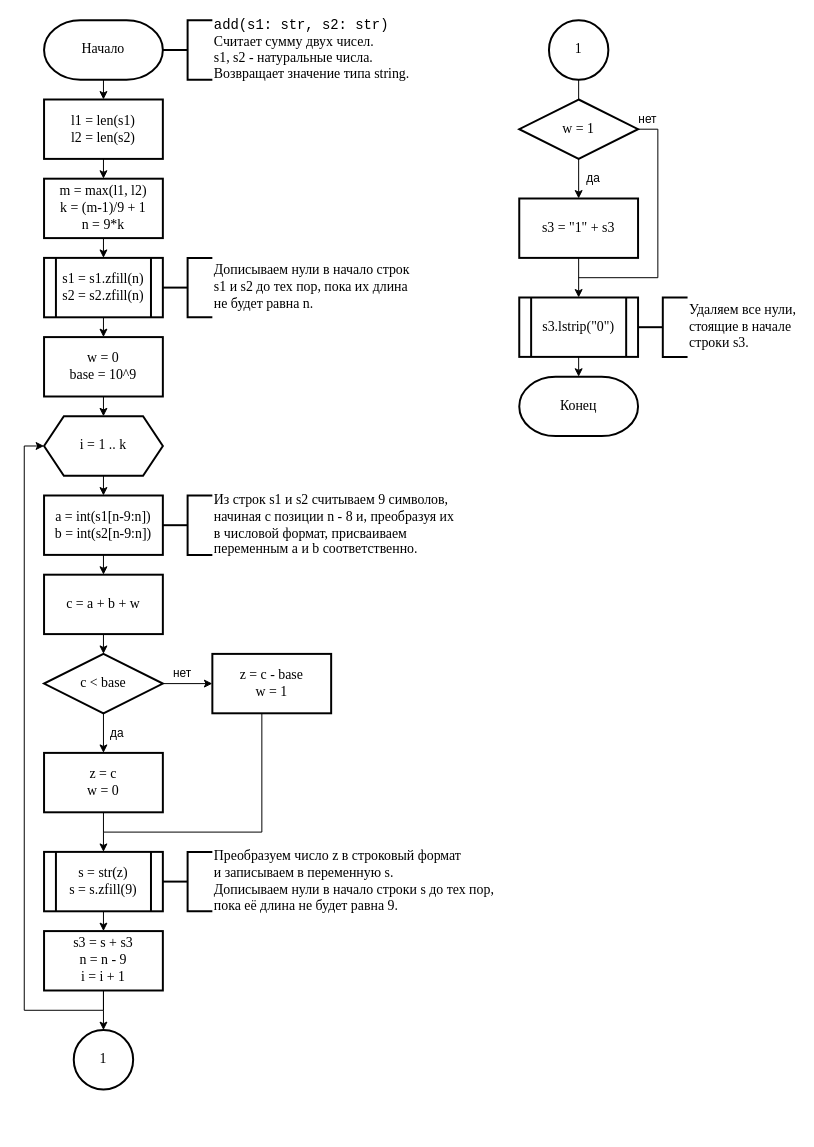
This is flowcharts/add.drawio from ijustbsd/big-integer, a draw.io file, before an edit. Source tidied: cells renumbered, new cells numbered last; positions are measured from the earlier drawing's top-left corner, leaving out a move shared by most shapes. Both pictures are drawn from the tidied source at 99%, with x=0, y=0 at pixel (44, 20).
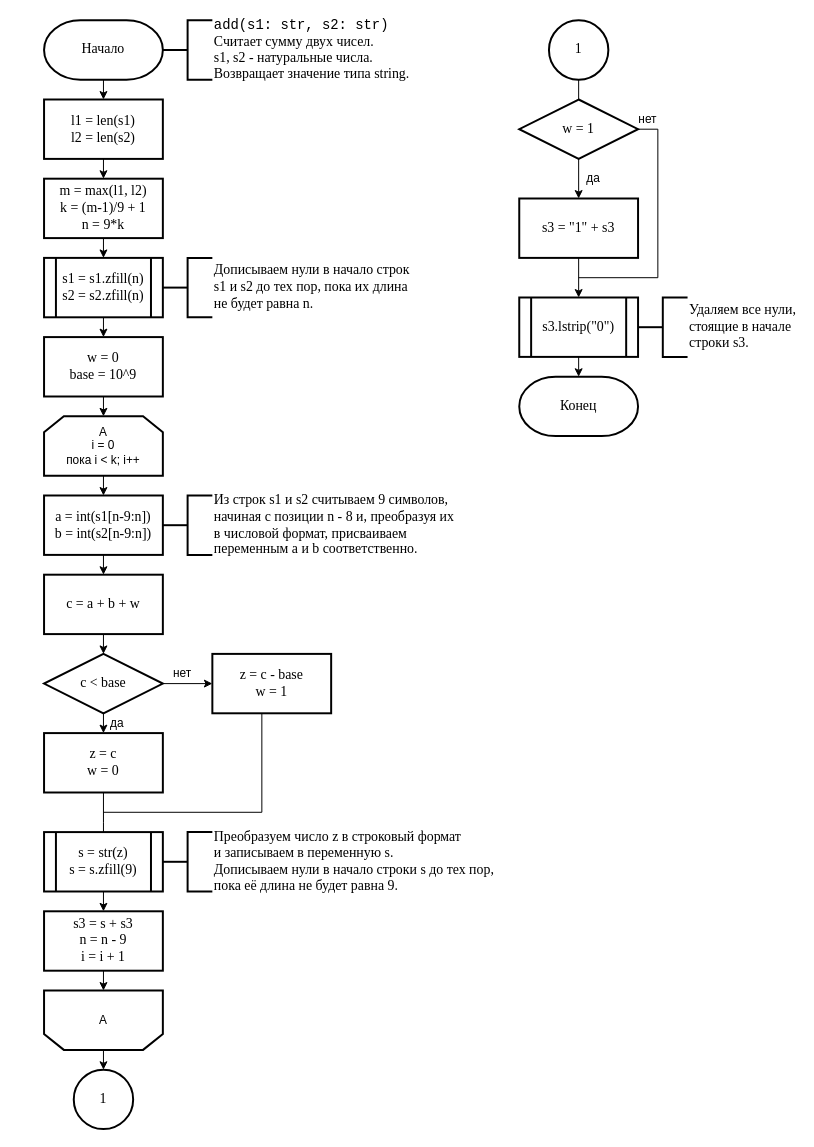
Above is the later version.

Unchanged cells that the change refers to:
```xml
<mxCell id="12" value="&lt;div&gt;w = 0&lt;/div&gt;&lt;div&gt;base = 10^9&lt;br&gt;&lt;/div&gt;" style="rounded=0;whiteSpace=wrap;html=1;absoluteArcSize=1;arcSize=14;strokeWidth=2;fontFamily=Times New Roman;fontSize=14;" parent="1" vertex="1">
  <mxGeometry y="320" width="120" height="60" as="geometry" />
</mxCell>
<mxCell id="16" value="&lt;div&gt;a = int(s1[n-9:n])&lt;/div&gt;&lt;div&gt;b = int(s2[n-9:n])&lt;/div&gt;" style="rounded=0;whiteSpace=wrap;html=1;absoluteArcSize=1;arcSize=14;strokeWidth=2;fontFamily=Times New Roman;fontSize=14;" parent="1" vertex="1">
  <mxGeometry y="480" width="120" height="60" as="geometry" />
</mxCell>
<mxCell id="26" value="&lt;div&gt;z = c - base&lt;/div&gt;&lt;div&gt;w = 1&lt;br&gt;&lt;/div&gt;" style="rounded=0;whiteSpace=wrap;html=1;absoluteArcSize=1;arcSize=14;strokeWidth=2;fontFamily=Times New Roman;fontSize=14;" parent="1" vertex="1">
  <mxGeometry x="170" y="640" width="120" height="60" as="geometry" />
</mxCell>
```

The edit, as a diff of the source:
```diff
@@
-    <mxCell id="11" style="edgeStyle=orthogonalEdgeStyle;rounded=0;jettySize=auto;html=1;exitX=0.5;exitY=1;exitDx=0;exitDy=0;entryX=0.5;entryY=0;entryDx=0;entryDy=0;fontFamily=Times New Roman;fontSize=14;" parent="1" edge="1" source="12" target="14">
-      <mxGeometry relative="1" as="geometry" />
+    <mxCell id="11" style="edgeStyle=orthogonalEdgeStyle;rounded=0;jettySize=auto;html=1;exitX=0.5;exitY=1;exitDx=0;exitDy=0;entryX=0.5;entryY=0;entryDx=0;entryDy=0;fontFamily=Times New Roman;fontSize=14;" parent="1" edge="1" source="12">
+      <mxGeometry relative="1" as="geometry">
+        <mxPoint x="60" y="400" as="targetPoint" />
+      </mxGeometry>
     </mxCell>
@@
-    <mxCell id="13" style="edgeStyle=orthogonalEdgeStyle;rounded=0;jettySize=auto;html=1;exitX=0.5;exitY=1;exitDx=0;exitDy=0;entryX=0.5;entryY=0;entryDx=0;entryDy=0;fontFamily=Times New Roman;fontSize=14;" parent="1" edge="1" source="14" target="16">
-      <mxGeometry relative="1" as="geometry" />
+    <mxCell id="13" style="edgeStyle=orthogonalEdgeStyle;rounded=0;jettySize=auto;html=1;exitX=0.5;exitY=1;exitDx=0;exitDy=0;entryX=0.5;entryY=0;entryDx=0;entryDy=0;fontFamily=Times New Roman;fontSize=14;" parent="1" edge="1" target="16">
+      <mxGeometry relative="1" as="geometry">
+        <mxPoint x="60" y="460" as="sourcePoint" />
+      </mxGeometry>
     </mxCell>
-    <mxCell id="14" value="i = 1 .. k" style="shape=hexagon;perimeter=hexagonPerimeter2;whiteSpace=wrap;html=1;fixedSize=1;fontFamily=Times New Roman;fontSize=14;strokeWidth=2;" parent="1" vertex="1">
-      <mxGeometry y="400" width="120" height="60" as="geometry" />
-    </mxCell>
@@
     <mxCell id="24" value="&lt;div&gt;z = c&lt;/div&gt;&lt;div&gt;w = 0&lt;br&gt;&lt;/div&gt;" style="rounded=0;whiteSpace=wrap;html=1;absoluteArcSize=1;arcSize=14;strokeWidth=2;fontFamily=Times New Roman;fontSize=14;" parent="1" vertex="1">
-      <mxGeometry y="740" width="120" height="60" as="geometry" />
+      <mxGeometry y="720" width="120" height="60" as="geometry" />
     </mxCell>
     <mxCell id="25" style="edgeStyle=orthogonalEdgeStyle;rounded=0;jettySize=auto;html=1;exitX=0.5;exitY=1;exitDx=0;exitDy=0;fontFamily=Times New Roman;fontSize=14;endArrow=none;endFill=0;" parent="1" edge="1" source="26">
       <mxGeometry relative="1" as="geometry">
-        <mxPoint x="60" y="820" as="targetPoint" />
+        <mxPoint x="60" y="800" as="targetPoint" />
         <Array as="points">
-          <mxPoint x="220" y="820" />
+          <mxPoint x="220" y="700" />
+          <mxPoint x="220" y="800" />
+          <mxPoint x="60" y="800" />
         </Array>
       </mxGeometry>
     </mxCell>
@@
-    <mxCell id="27" style="edgeStyle=orthogonalEdgeStyle;rounded=0;jettySize=auto;html=1;exitX=0.5;exitY=1;exitDx=0;exitDy=0;entryX=0.5;entryY=0;entryDx=0;entryDy=0;endArrow=classic;endFill=1;fontFamily=Times New Roman;fontSize=14;" parent="1" edge="1" target="30">
-      <mxGeometry relative="1" as="geometry">
-        <mxPoint x="60" y="900" as="sourcePoint" />
-      </mxGeometry>
-    </mxCell>
-    <mxCell id="28" style="edgeStyle=orthogonalEdgeStyle;rounded=0;jettySize=auto;html=1;exitX=0.5;exitY=1;exitDx=0;exitDy=0;entryX=0;entryY=0.5;entryDx=0;entryDy=0;endArrow=classic;endFill=1;fontFamily=Times New Roman;fontSize=14;" parent="1" edge="1" source="30" target="14">
-      <mxGeometry relative="1" as="geometry" />
-    </mxCell>
-    <mxCell id="29" style="edgeStyle=orthogonalEdgeStyle;rounded=0;jettySize=auto;html=1;exitX=0.5;exitY=1;exitDx=0;exitDy=0;entryX=0.5;entryY=0;entryDx=0;entryDy=0;entryPerimeter=0;endArrow=classic;endFill=1;fontFamily=Times New Roman;fontSize=14;" parent="1" edge="1" source="30">
-      <mxGeometry relative="1" as="geometry">
-        <mxPoint x="60" y="1020" as="targetPoint" />
-      </mxGeometry>
-    </mxCell>
+    <mxCell id="50" style="edgeStyle=orthogonalEdgeStyle;rounded=0;jettySize=auto;html=1;exitX=0.5;exitY=1;exitDx=0;exitDy=0;entryX=0.5;entryY=1;entryDx=0;entryDy=0;" parent="1" edge="1" source="30" target="54">
+      <mxGeometry relative="1" as="geometry" />
+    </mxCell>
     <mxCell id="30" value="&lt;div&gt;s3 = s + s3&lt;/div&gt;&lt;div&gt;n = n - 9&lt;/div&gt;&lt;div&gt;i = i + 1&lt;br&gt;&lt;/div&gt;" style="rounded=0;whiteSpace=wrap;html=1;absoluteArcSize=1;arcSize=14;strokeWidth=2;fontFamily=Times New Roman;fontSize=14;" parent="1" vertex="1">
-      <mxGeometry y="920" width="120" height="60" as="geometry" />
+      <mxGeometry y="900" width="120" height="60" as="geometry" />
     </mxCell>
     <mxCell id="31" value="1" style="ellipse;whiteSpace=wrap;html=1;rounded=0;strokeWidth=2;fontFamily=Times New Roman;fontSize=14;" parent="1" vertex="1">
-      <mxGeometry x="30" y="1020" width="60" height="60" as="geometry" />
+      <mxGeometry x="30" y="1060" width="60" height="60" as="geometry" />
     </mxCell>
@@
+    <mxCell id="51" style="edgeStyle=orthogonalEdgeStyle;rounded=0;jettySize=auto;html=1;exitX=0.5;exitY=1;exitDx=0;exitDy=0;entryX=0.5;entryY=0;entryDx=0;entryDy=0;" parent="1" edge="1" source="40" target="30">
+      <mxGeometry relative="1" as="geometry" />
+    </mxCell>
     <mxCell id="40" value="&lt;div&gt;s = str(z)&lt;/div&gt;&lt;div&gt;s = s.zfill(9)&lt;br&gt;&lt;/div&gt;" style="shape=process;whiteSpace=wrap;html=1;backgroundOutline=1;rounded=0;strokeWidth=2;fontFamily=Times New Roman;fontSize=14;" parent="1" vertex="1">
-      <mxGeometry y="840" width="120" height="60" as="geometry" />
+      <mxGeometry y="820" width="120" height="60" as="geometry" />
     </mxCell>
@@
     <mxCell id="45" value="да" style="text;html=1;strokeColor=none;fillColor=none;align=center;verticalAlign=middle;whiteSpace=wrap;rounded=0;" parent="1" vertex="1">
-      <mxGeometry x="64" y="710" width="20" height="20" as="geometry" />
+      <mxGeometry x="64" y="700" width="20" height="20" as="geometry" />
     </mxCell>
@@
     <mxCell id="48" value="&lt;div&gt;Преобразуем число z в строковый формат&lt;/div&gt;&lt;div&gt;и записываем в переменную s.&lt;br&gt;&lt;/div&gt;&lt;div&gt;Дописываем нули в начало строки s до тех пор,&lt;/div&gt;&lt;div&gt;пока её длина не будет равна 9.&lt;br&gt;&lt;/div&gt;" style="strokeWidth=2;html=1;shape=mxgraph.flowchart.annotation_2;align=left;labelPosition=right;fontFamily=Times New Roman;fontSize=14;" parent="1" vertex="1">
-      <mxGeometry x="120" y="840" width="50" height="60" as="geometry" />
+      <mxGeometry x="120" y="820" width="50" height="60" as="geometry" />
     </mxCell>
@@
+    <mxCell id="52" value="&lt;div&gt;А&lt;/div&gt;&lt;div&gt;i = 0&lt;/div&gt;&lt;div&gt;пока i &amp;lt; k; i++&lt;br&gt;&lt;/div&gt;" style="shape=loopLimit;whiteSpace=wrap;html=1;strokeWidth=2;" parent="1" vertex="1">
+      <mxGeometry y="400" width="120" height="60" as="geometry" />
+    </mxCell>
+    <mxCell id="53" style="edgeStyle=orthogonalEdgeStyle;rounded=0;jettySize=auto;html=1;exitX=0.5;exitY=0;exitDx=0;exitDy=0;entryX=0.5;entryY=0;entryDx=0;entryDy=0;" parent="1" edge="1" source="54" target="31">
+      <mxGeometry relative="1" as="geometry" />
+    </mxCell>
+    <mxCell id="54" value="А" style="shape=loopLimit;whiteSpace=wrap;html=1;strokeWidth=2;direction=west;" parent="1" vertex="1">
+      <mxGeometry y="980" width="120" height="60" as="geometry" />
+    </mxCell>
```
